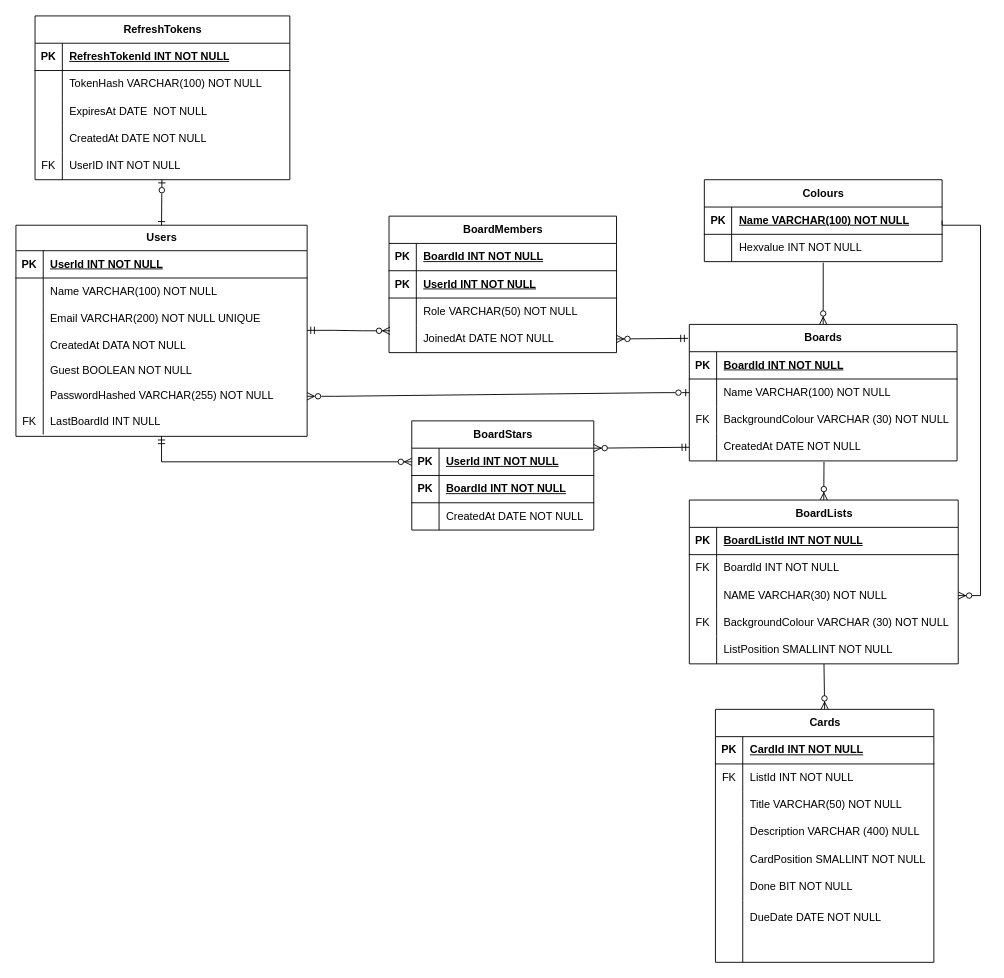
Earlier version of the draw.io diagram DatabaseFilesAndDesign/DatabaseDesign.drawio (maninder56/Planner-Web-App). Source tidied: cells renumbered, new cells numbered last; positions are measured from the earlier drawing's top-left corner, leaving out a move shared by most shapes. Both pictures are drawn from the tidied source at 91%, with x=0, y=0 at pixel (15, 15).
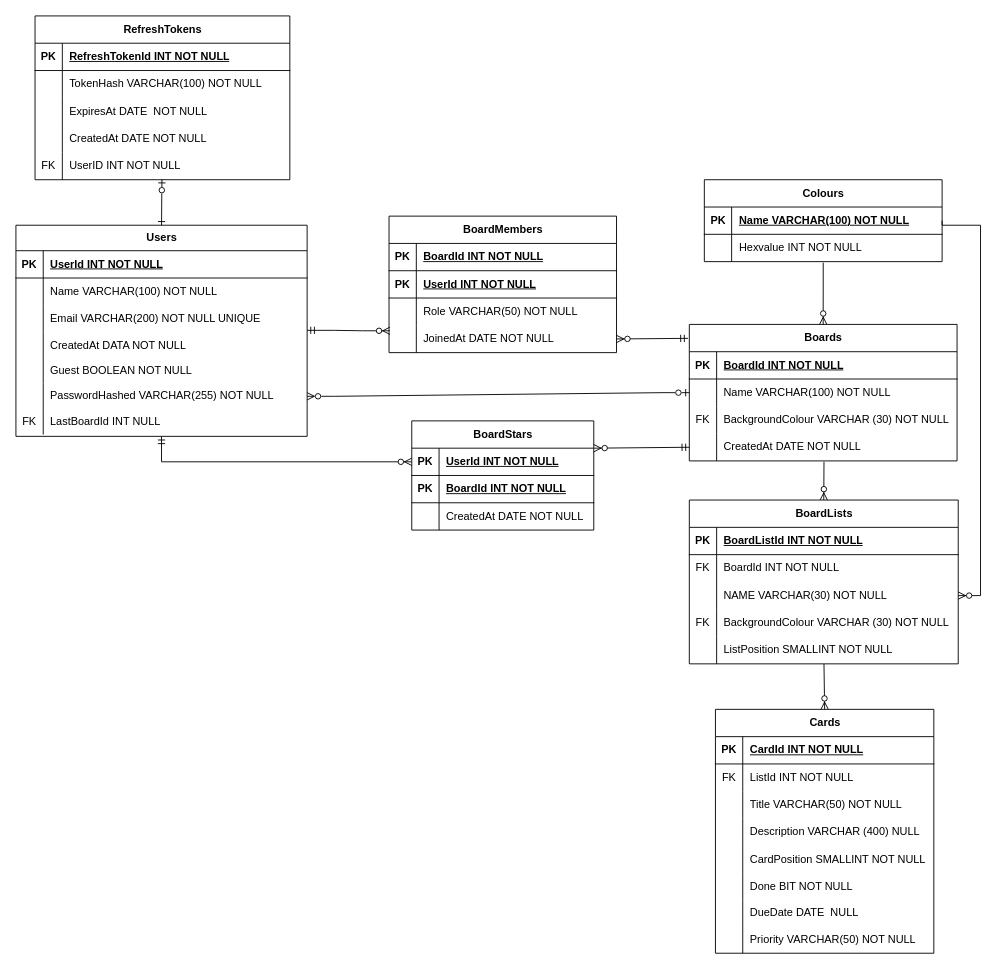
After the change.

Commit message (it also covers changes not shown here):
Added new version 3 for database design

Change to the diagram source:
```diff
@@
     <mxCell id="83" value="Cards" style="shape=table;startSize=30;childLayout=tableLayout;rowLines=0;fontStyle=1;align=center;html=1;" parent="1" vertex="1">
-      <mxGeometry x="768.7" y="762" width="240" height="278" as="geometry" />
+      <mxGeometry x="768.7" y="762" width="240" height="268" as="geometry" />
     </mxCell>
@@
     <mxCell id="102" style="shape=tableRow;horizontal=0;startSize=0;swimlaneHead=0;swimlaneBody=0;fillColor=none;top=0;left=0;right=0;bottom=0;" parent="83" vertex="1">
-      <mxGeometry y="210" width="240" height="38" as="geometry" />
+      <mxGeometry y="210" width="240" height="28" as="geometry" />
     </mxCell>
     <mxCell id="103" style="shape=partialRectangle;fillColor=none;top=0;left=0;bottom=0;right=0;overflow=hidden;whiteSpace=wrap;html=1;" parent="102" vertex="1">
-      <mxGeometry width="30" height="38" as="geometry" />
+      <mxGeometry width="30" height="28" as="geometry" />
     </mxCell>
-    <mxCell id="104" value="DueDate DATE NOT NULL" style="shape=partialRectangle;fillColor=none;top=0;left=0;bottom=0;right=0;align=left;spacingLeft=6;overflow=hidden;whiteSpace=wrap;html=1;" parent="102" vertex="1">
-      <mxGeometry x="30" width="210" height="38" as="geometry" />
+    <mxCell id="104" value="DueDate DATE&amp;nbsp; NULL" style="shape=partialRectangle;fillColor=none;top=0;left=0;bottom=0;right=0;align=left;spacingLeft=6;overflow=hidden;whiteSpace=wrap;html=1;" parent="102" vertex="1">
+      <mxGeometry x="30" width="210" height="28" as="geometry" />
     </mxCell>
     <mxCell id="105" style="shape=tableRow;horizontal=0;startSize=0;swimlaneHead=0;swimlaneBody=0;fillColor=none;top=0;left=0;right=0;bottom=0;" parent="83" vertex="1">
-      <mxGeometry y="248" width="240" height="30" as="geometry" />
+      <mxGeometry y="238" width="240" height="30" as="geometry" />
     </mxCell>
@@
-    <mxCell id="107" style="shape=partialRectangle;fillColor=none;top=0;left=0;bottom=0;right=0;align=left;spacingLeft=6;overflow=hidden;whiteSpace=wrap;html=1;" parent="105" vertex="1">
+    <mxCell id="107" value="Priority VARCHAR(50) NOT NULL" style="shape=partialRectangle;fillColor=none;top=0;left=0;bottom=0;right=0;align=left;spacingLeft=6;overflow=hidden;whiteSpace=wrap;html=1;" parent="105" vertex="1">
       <mxGeometry x="30" width="210" height="30" as="geometry" />
     </mxCell>
```
